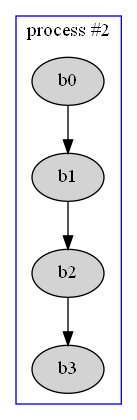
Before: resources/img/gifts.png, a diagram exported from Graphviz (AngelOrdon02/IPC2_Proyecto1_201905741). Its source is kept beside it as resources/dot/gifts.dot. Its diagram source:
```dot
digraph G{
    subgraph cluster_1 {
        node [style="filled"];
            b0 -> b1;
            b1 -> b2;
            b2 -> b3;
        label = "process #2";
        color="blue"
    }
}
```
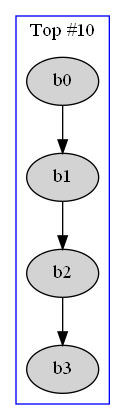
After the commit.

Change to the diagram source:
```diff
@@ -4,7 +4,7 @@
             b0 -> b1;
             b1 -> b2;
             b2 -> b3;
-        label = "process #2";
+        label = "Top #10";
         color="blue"
     }
 }
```
